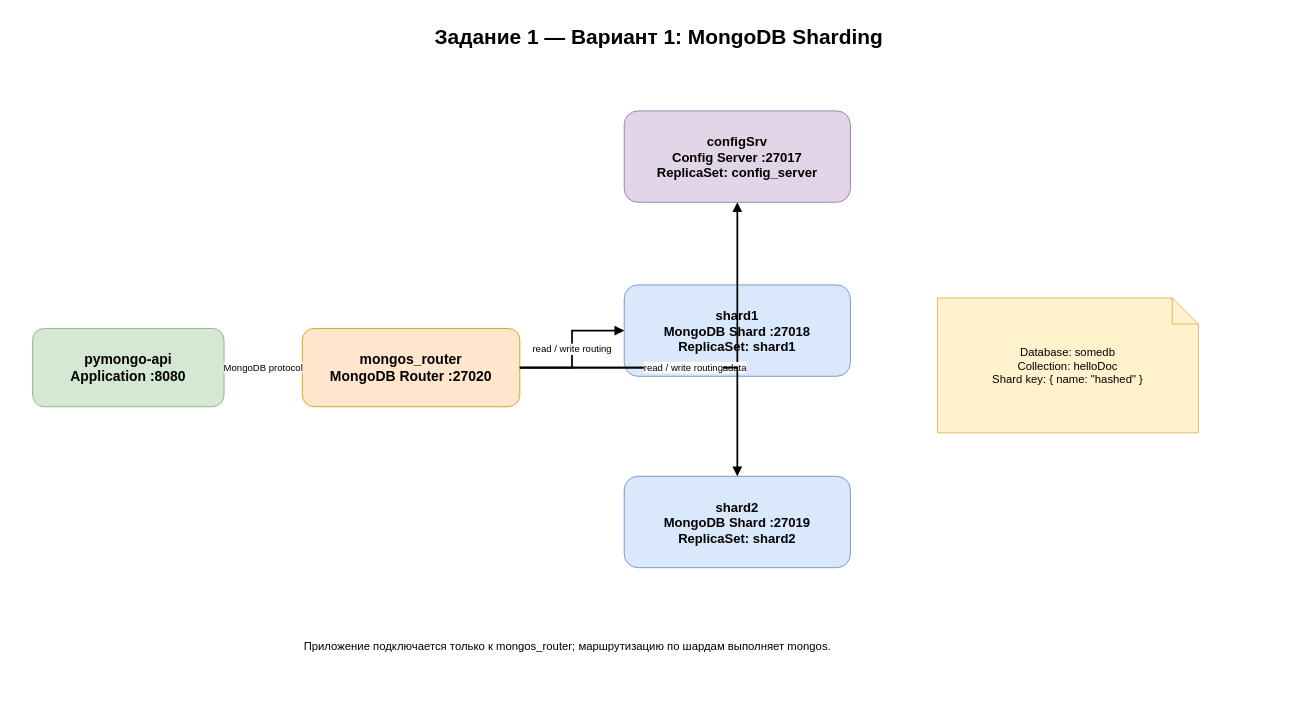
Earlier version of the draw.io diagram page "1 - Sharding" (1 of 3) of tasks/task1.drawio (KristinaKurian/architecture-black_friday). Source tidied: cells renumbered, new cells numbered last; positions are measured from the earlier drawing's top-left corner, leaving out a move shared by most shapes. Both pictures are drawn from the tidied source at 87%, with x=0, y=0 at pixel (32, 15).
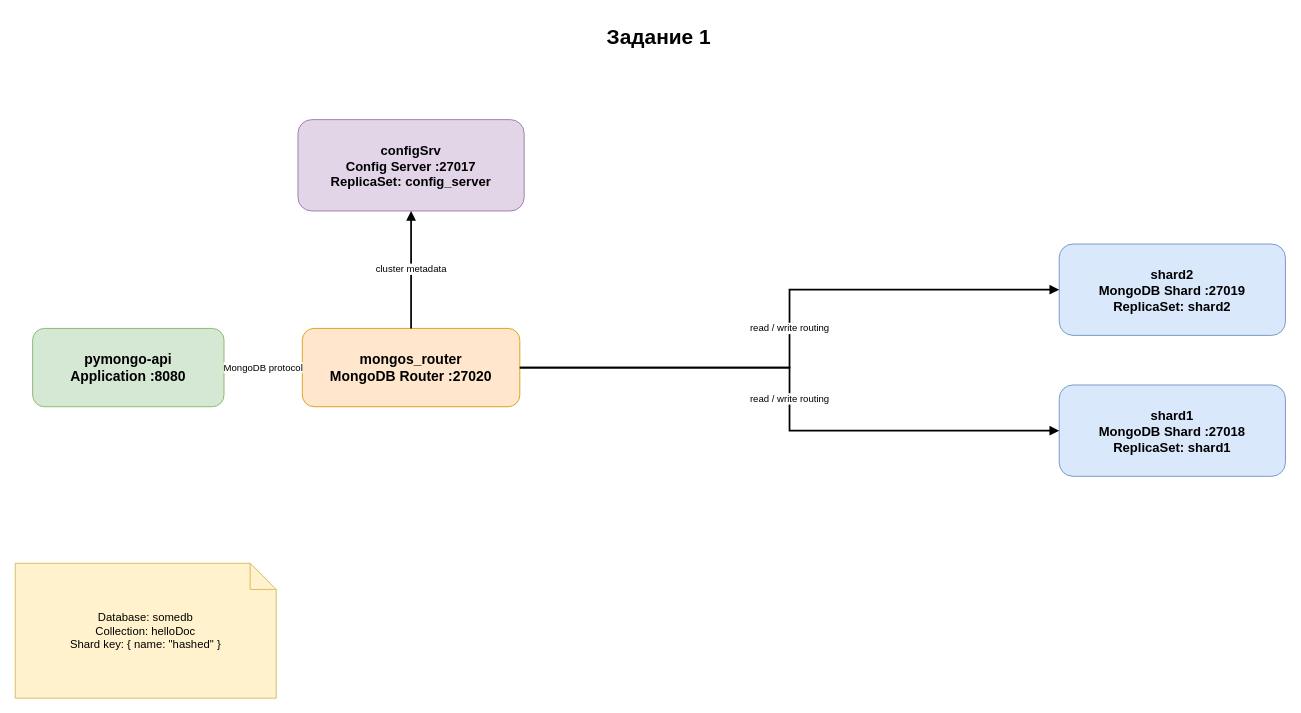
Above is the later version.

Change to the diagram source:
```diff
@@
 <mxGraphModel>
   <root>
     <mxCell id="0" />
     <mxCell id="1" parent="0" />
-    <mxCell id="2" value="Задание 1 — Вариант 1: MongoDB Sharding" style="text;html=1;strokeColor=none;fillColor=none;align=center;verticalAlign=middle;whiteSpace=wrap;rounded=0;fontSize=24;fontStyle=1;" parent="1" vertex="1">
+    <mxCell id="2" value="Задание 1" style="text;html=1;strokeColor=none;fillColor=none;align=center;verticalAlign=middle;whiteSpace=wrap;rounded=0;fontSize=24;fontStyle=1;" parent="1" vertex="1">
       <mxGeometry x="220" width="1000" height="50" as="geometry" />
     </mxCell>
     <mxCell id="3" value="pymongo-api&#10;Application :8080" style="rounded=1;whiteSpace=wrap;html=1;fillColor=#d5e8d4;strokeColor=#82b366;fontSize=16;fontStyle=1;" parent="1" vertex="1">
       <mxGeometry y="360" width="220" height="90" as="geometry" />
     </mxCell>
     <mxCell id="4" value="mongos_router&#10;MongoDB Router :27020" style="rounded=1;whiteSpace=wrap;html=1;fillColor=#ffe6cc;strokeColor=#d79b00;fontSize=16;fontStyle=1;" parent="1" vertex="1">
       <mxGeometry x="310" y="360" width="250" height="90" as="geometry" />
     </mxCell>
     <mxCell id="5" value="configSrv&#10;Config Server :27017&#10;ReplicaSet: config_server" style="rounded=1;whiteSpace=wrap;html=1;fillColor=#e1d5e7;strokeColor=#9673a6;fontSize=15;fontStyle=1;" parent="1" vertex="1">
-      <mxGeometry x="680" y="110" width="260" height="105" as="geometry" />
+      <mxGeometry x="305" y="120" width="260" height="105" as="geometry" />
     </mxCell>
     <mxCell id="6" value="shard1&#10;MongoDB Shard :27018&#10;ReplicaSet: shard1" style="rounded=1;whiteSpace=wrap;html=1;fillColor=#dae8fc;strokeColor=#6c8ebf;fontSize=15;fontStyle=1;" parent="1" vertex="1">
-      <mxGeometry x="680" y="310" width="260" height="105" as="geometry" />
+      <mxGeometry x="1180" y="425" width="260" height="105" as="geometry" />
     </mxCell>
     <mxCell id="7" value="shard2&#10;MongoDB Shard :27019&#10;ReplicaSet: shard2" style="rounded=1;whiteSpace=wrap;html=1;fillColor=#dae8fc;strokeColor=#6c8ebf;fontSize=15;fontStyle=1;" parent="1" vertex="1">
-      <mxGeometry x="680" y="530" width="260" height="105" as="geometry" />
+      <mxGeometry x="1180" y="263" width="260" height="105" as="geometry" />
     </mxCell>
     <mxCell id="8" value="Database: somedb&#10;Collection: helloDoc&#10;Shard key: { name: &quot;hashed&quot; }" style="shape=note;whiteSpace=wrap;html=1;backgroundOutline=1;fillColor=#fff2cc;strokeColor=#d6b656;fontSize=13;" parent="1" vertex="1">
-      <mxGeometry x="1040" y="325" width="300" height="155" as="geometry" />
+      <mxGeometry x="-20" y="630" width="300" height="155" as="geometry" />
     </mxCell>
     <mxCell id="9" value="MongoDB protocol" style="edgeStyle=orthogonalEdgeStyle;rounded=0;jettySize=auto;html=1;endArrow=block;endFill=1;strokeWidth=2;" parent="1" edge="1" source="3" target="4">
       <mxGeometry relative="1" as="geometry" />
     </mxCell>
     <mxCell id="10" value="cluster metadata" style="edgeStyle=orthogonalEdgeStyle;rounded=0;jettySize=auto;html=1;endArrow=block;endFill=1;strokeWidth=2;" parent="1" edge="1" source="4" target="5">
       <mxGeometry relative="1" as="geometry" />
     </mxCell>
     <mxCell id="11" value="read / write routing" style="edgeStyle=orthogonalEdgeStyle;rounded=0;jettySize=auto;html=1;endArrow=block;endFill=1;strokeWidth=2;" parent="1" edge="1" source="4" target="6">
       <mxGeometry relative="1" as="geometry" />
     </mxCell>
     <mxCell id="12" value="read / write routing" style="edgeStyle=orthogonalEdgeStyle;rounded=0;jettySize=auto;html=1;endArrow=block;endFill=1;strokeWidth=2;" parent="1" edge="1" source="4" target="7">
       <mxGeometry relative="1" as="geometry" />
     </mxCell>
-    <mxCell id="13" value="Приложение подключается только к mongos_router; маршрутизацию по шардам выполняет mongos." style="text;html=1;strokeColor=none;fillColor=none;align=left;verticalAlign=middle;whiteSpace=wrap;rounded=0;fontSize=13;" parent="1" vertex="1">
-      <mxGeometry x="310" y="700" width="820" height="50" as="geometry" />
-    </mxCell>
   </root>
 </mxGraphModel>
```
